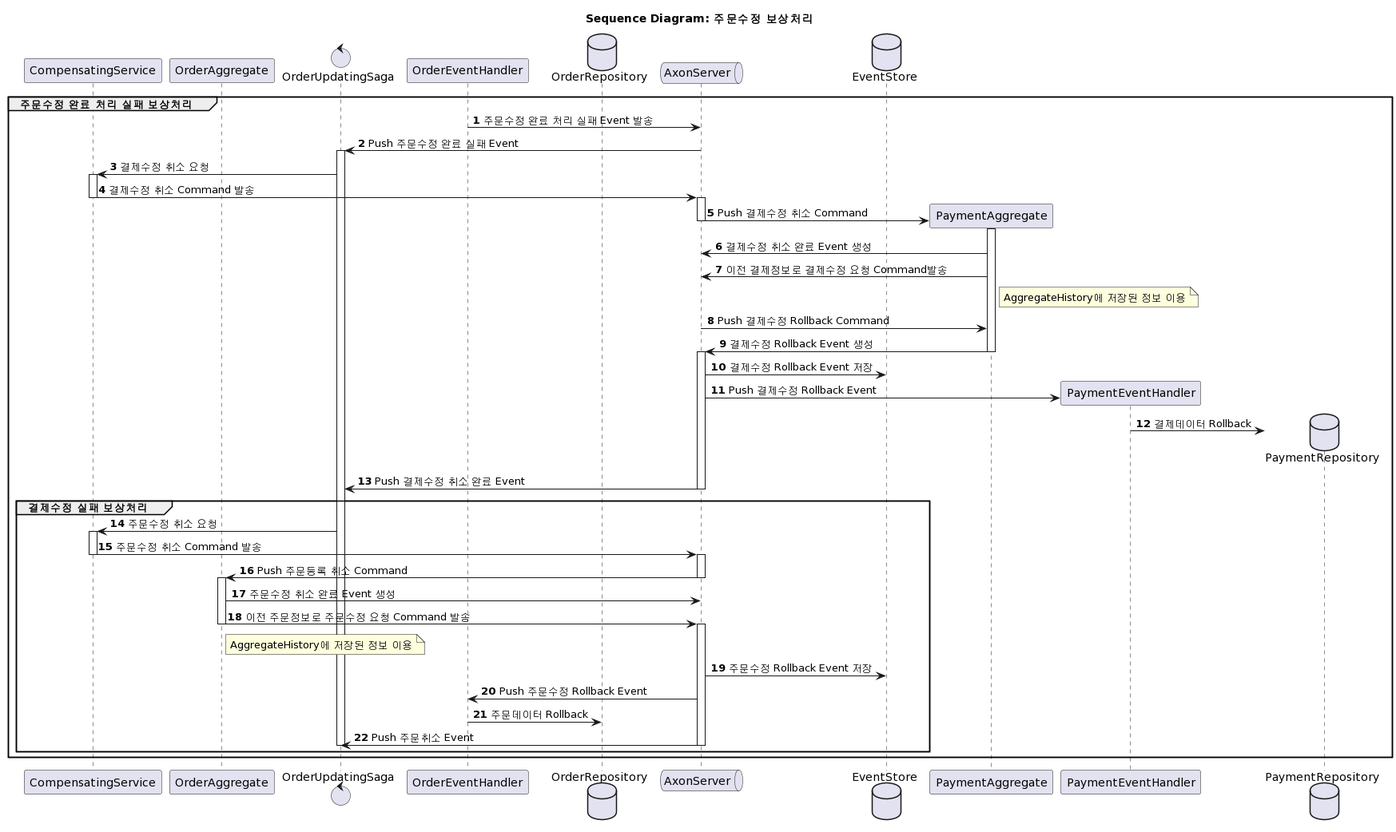
happykubepia/agilemall-axon keeps this PlantUML diagram as doc/uml/sequence/seq_update_fail.png. Above is the earlier version. Source of this version:
```plantuml
@startuml


title Sequence Diagram: 주문수정 보상처리

participant CompensatingService
participant OrderAggregate
control OrderUpdatingSaga
participant OrderEventHandler
database OrderRepository
queue AxonServer
database EventStore

autonumber

group 주문수정 완료 처리 실패 보상처리
OrderEventHandler -> AxonServer: 주문수정 완료 처리 실패 Event 발송
AxonServer -> OrderUpdatingSaga --++: Push 주문수정 완료 실패 Event
OrderUpdatingSaga -> CompensatingService ++: 결제수정 취소 요청
CompensatingService -> AxonServer --++: 결제수정 취소 Command 발송

create participant PaymentAggregate
AxonServer -> PaymentAggregate --++: Push 결제수정 취소 Command
PaymentAggregate -> AxonServer: 결제수정 취소 완료 Event 생성
PaymentAggregate -> AxonServer: 이전 결제정보로 결제수정 요청 Command발송
note right of PaymentAggregate: AggregateHistory에 저장된 정보 이용
AxonServer -> PaymentAggregate --: Push 결제수정 Rollback Command
PaymentAggregate -> AxonServer --++: 결제수정 Rollback Event 생성
AxonServer -> EventStore: 결제수정 Rollback Event 저장
create participant PaymentEventHandler
AxonServer -> PaymentEventHandler: Push 결제수정 Rollback Event
create database PaymentRepository
PaymentEventHandler -> PaymentRepository: 결제데이터 Rollback
AxonServer -> OrderUpdatingSaga --: Push 결제수정 취소 완료 Event

group 결제수정 실패 보상처리
OrderUpdatingSaga -> CompensatingService ++: 주문수정 취소 요청
CompensatingService -> AxonServer --++: 주문수정 취소 Command 발송
AxonServer -> OrderAggregate --++: Push 주문등록 취소 Command
OrderAggregate -> AxonServer: 주문수정 취소 완료 Event 생성
OrderAggregate -> AxonServer --++: 이전 주문정보로 주문수정 요청 Command 발송
note right of OrderAggregate: AggregateHistory에 저장된 정보 이용
AxonServer -> EventStore: 주문수정 Rollback Event 저장
AxonServer -> OrderEventHandler: Push 주문수정 Rollback Event
OrderEventHandler -> OrderRepository: 주문데이터 Rollback
AxonServer -> OrderUpdatingSaga --: Push 주문취소 Event
OrderUpdatingSaga --
end
end
@enduml
```
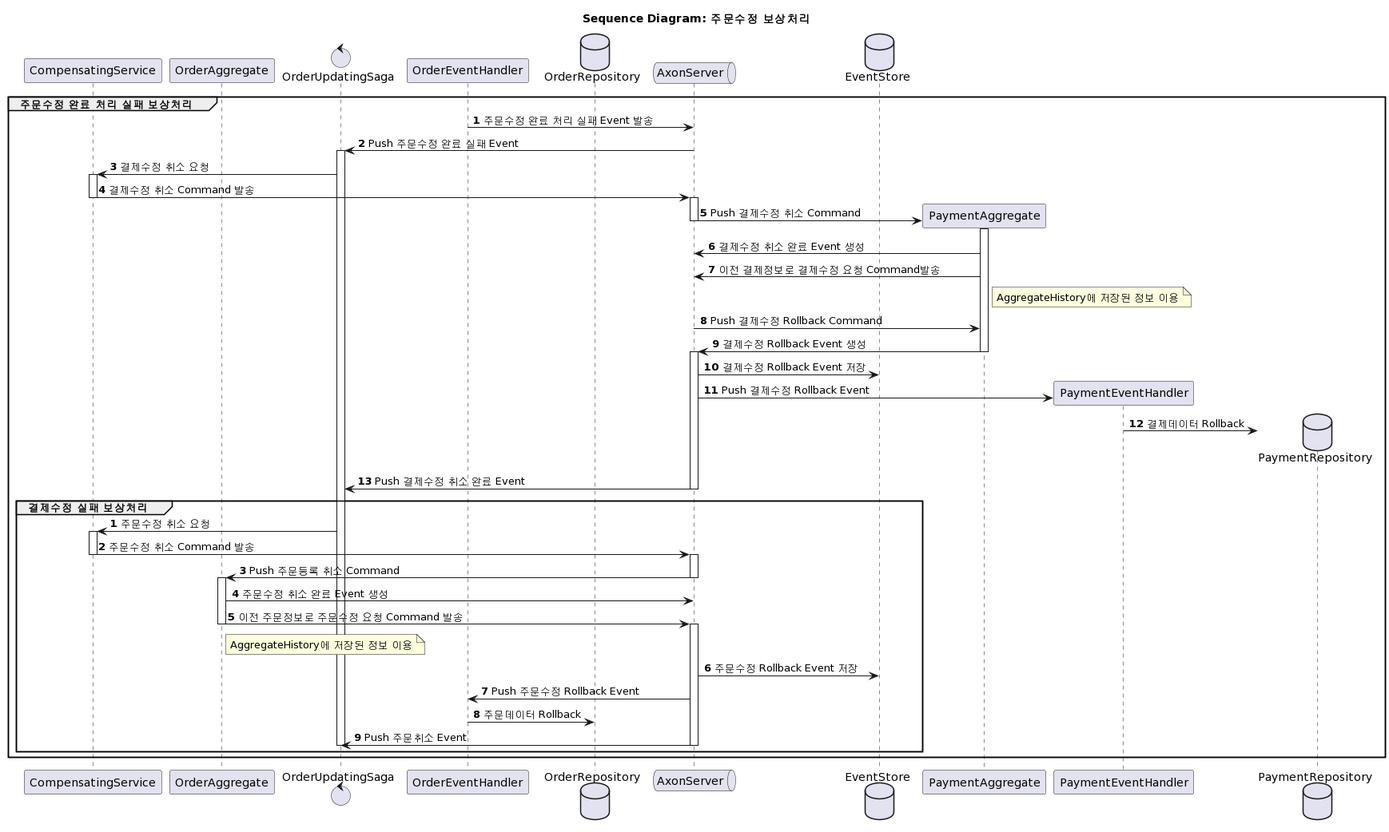
The same file after the commit.

Change to the diagram source:
```diff
@@ -32,7 +32,8 @@
 create database PaymentRepository
 PaymentEventHandler -> PaymentRepository: 결제데이터 Rollback
 AxonServer -> OrderUpdatingSaga --: Push 결제수정 취소 완료 Event
-
+autonumber stop
+autonumber
 group 결제수정 실패 보상처리
 OrderUpdatingSaga -> CompensatingService ++: 주문수정 취소 요청
 CompensatingService -> AxonServer --++: 주문수정 취소 Command 발송
```
